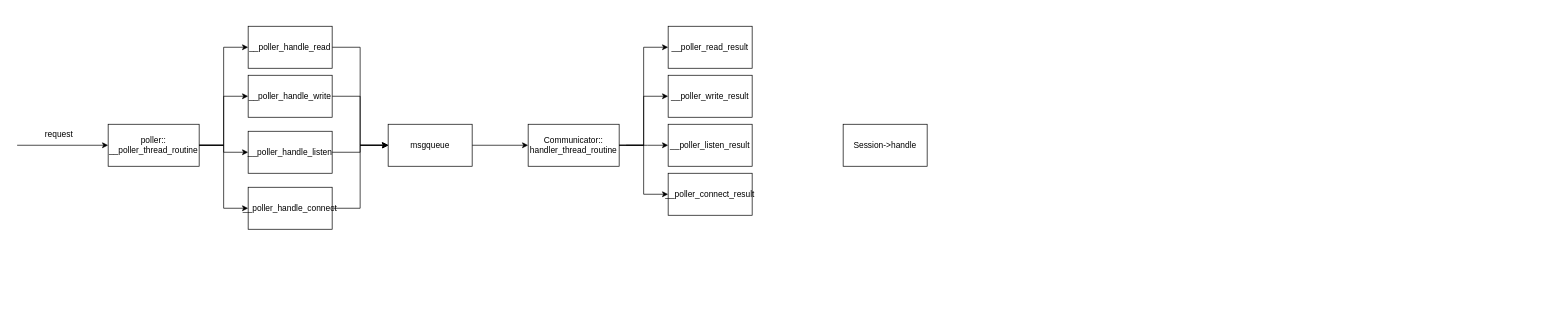
Earlier version of the draw.io diagram page "Page-3" (3 of 3) of Untitled Diagram.drawio (doudou215/regret_q_learning). Source tidied: cells renumbered, new cells numbered last; positions are measured from the earlier drawing's top-left corner, leaving out a move shared by most shapes. Both pictures are drawn from the tidied source at 70%, with x=0, y=0 at pixel (17, 26).
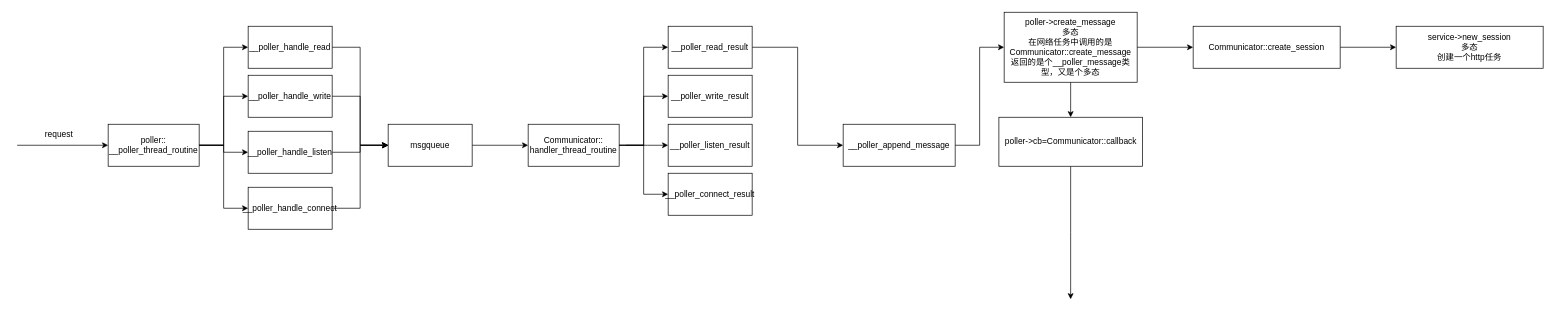
After the change.

Unchanged cells that the change refers to:
```xml
<mxCell id="21" value="__poller_read_result" style="rounded=0;whiteSpace=wrap;html=1;" parent="1" vertex="1">
  <mxGeometry x="930" width="120" height="60" as="geometry" />
</mxCell>
```

Diff of the diagram source:
```diff
@@
+    <mxCell id="29" style="edgeStyle=orthogonalEdgeStyle;rounded=0;jettySize=auto;html=1;entryX=0;entryY=0.5;entryDx=0;entryDy=0;startArrow=none;startFill=0;endArrow=classic;endFill=1;" parent="1" edge="1" source="21" target="28">
+      <mxGeometry relative="1" as="geometry" />
+    </mxCell>
@@
+    <mxCell id="30" style="edgeStyle=orthogonalEdgeStyle;rounded=0;jettySize=auto;html=1;entryX=0;entryY=0.5;entryDx=0;entryDy=0;startArrow=none;startFill=0;endArrow=classic;endFill=1;" parent="1" edge="1" source="28" target="33">
+      <mxGeometry relative="1" as="geometry" />
+    </mxCell>
-    <mxCell id="28" value="Session-&amp;gt;handle" style="rounded=0;whiteSpace=wrap;html=1;" parent="1" vertex="1">
-      <mxGeometry x="1180" y="140" width="120" height="60" as="geometry" />
+    <mxCell id="28" value="__poller_append_message" style="rounded=0;whiteSpace=wrap;html=1;" parent="1" vertex="1">
+      <mxGeometry x="1180" y="140" width="160" height="60" as="geometry" />
     </mxCell>
+    <mxCell id="31" style="edgeStyle=orthogonalEdgeStyle;rounded=0;jettySize=auto;html=1;startArrow=none;startFill=0;endArrow=classic;endFill=1;" parent="1" edge="1" source="33" target="35">
+      <mxGeometry relative="1" as="geometry" />
+    </mxCell>
+    <mxCell id="32" style="edgeStyle=orthogonalEdgeStyle;rounded=0;jettySize=auto;html=1;startArrow=none;startFill=0;endArrow=classic;endFill=1;" parent="1" edge="1" source="33" target="38">
+      <mxGeometry relative="1" as="geometry" />
+    </mxCell>
+    <mxCell id="33" value="poller-&amp;gt;create_message&lt;br&gt;多态&lt;br&gt;在网络任务中调用的是&lt;br&gt;Communicator::create_message&lt;br&gt;返回的是个__poller_message类型，又是个多态" style="rounded=0;whiteSpace=wrap;html=1;" parent="1" vertex="1">
+      <mxGeometry x="1410" y="-20" width="190" height="100" as="geometry" />
+    </mxCell>
+    <mxCell id="34" style="edgeStyle=orthogonalEdgeStyle;rounded=0;jettySize=auto;html=1;startArrow=none;startFill=0;endArrow=classic;endFill=1;" parent="1" edge="1" source="35" target="36">
+      <mxGeometry relative="1" as="geometry" />
+    </mxCell>
+    <mxCell id="35" value="Communicator::create_session" style="rounded=0;whiteSpace=wrap;html=1;" parent="1" vertex="1">
+      <mxGeometry x="1680" width="210" height="60" as="geometry" />
+    </mxCell>
+    <mxCell id="36" value="service-&amp;gt;new_session&lt;br&gt;多态&lt;br&gt;创建一个http任务" style="rounded=0;whiteSpace=wrap;html=1;" parent="1" vertex="1">
+      <mxGeometry x="1970" width="210" height="60" as="geometry" />
+    </mxCell>
+    <mxCell id="37" style="edgeStyle=orthogonalEdgeStyle;rounded=0;jettySize=auto;html=1;startArrow=none;startFill=0;endArrow=classic;endFill=1;" parent="1" edge="1" source="38">
+      <mxGeometry relative="1" as="geometry">
+        <mxPoint x="1505" y="390" as="targetPoint" />
+      </mxGeometry>
+    </mxCell>
+    <mxCell id="38" value="poller-&amp;gt;cb=Communicator::callback" style="html=1;" parent="1" vertex="1">
+      <mxGeometry x="1402.5" y="130" width="205" height="70" as="geometry" />
+    </mxCell>
```
